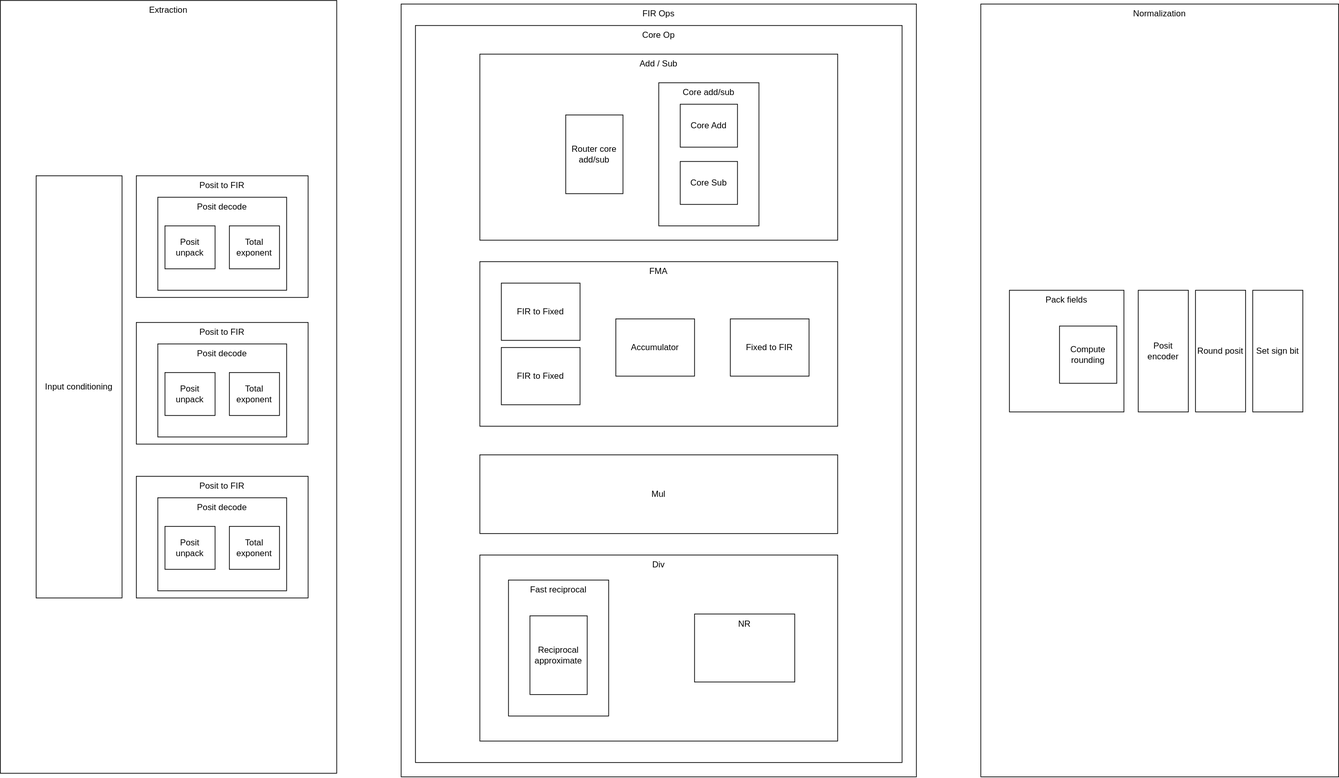
Above: ppu.svg in unipi-dii-compressedarith/ppu (draw.io), before the change. Source tidied: cells renumbered, new cells last; positions are measured from the earlier drawing's top-left corner, leaving out a move shared by most shapes.
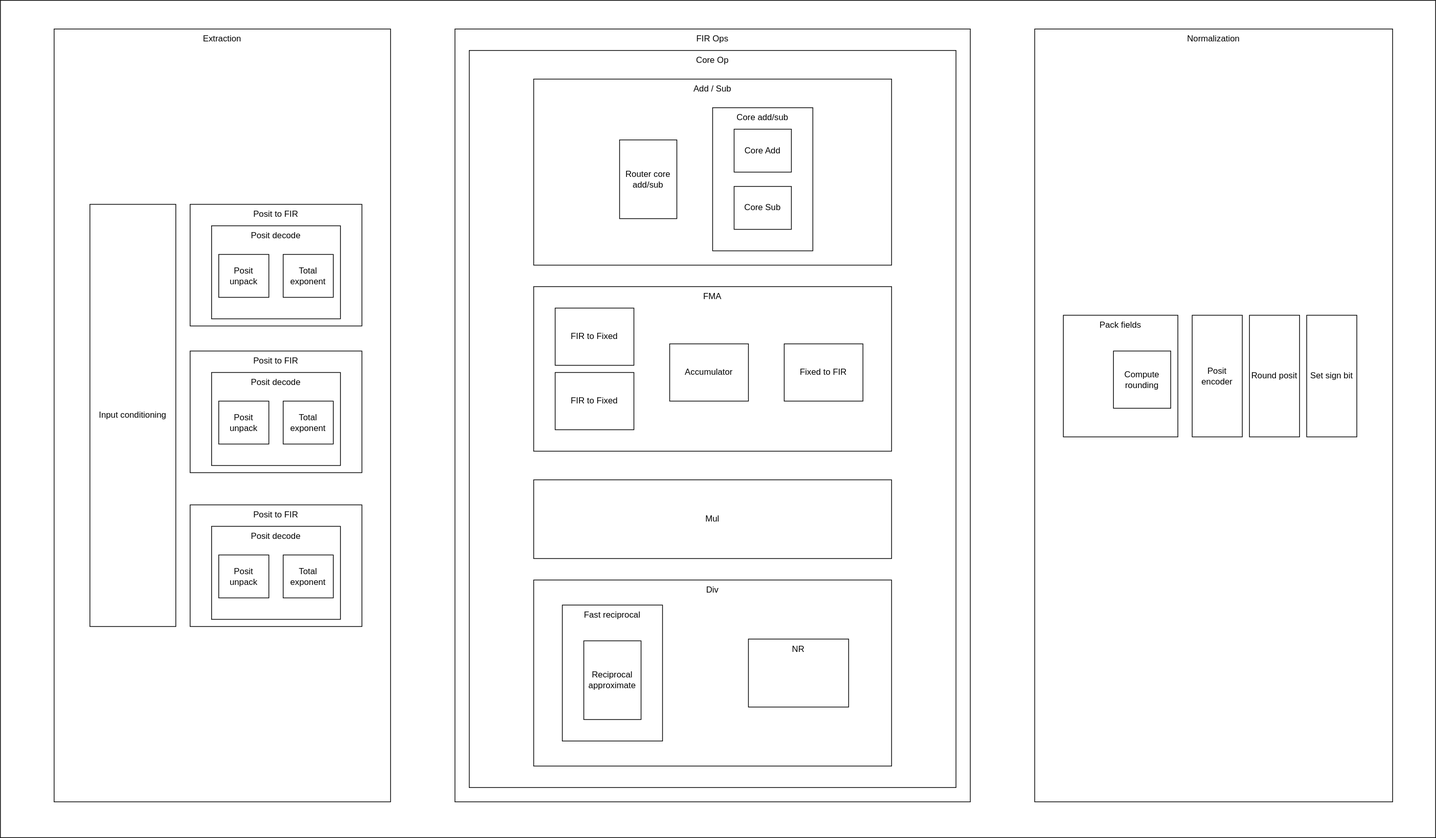
After the change.

Diff of the diagram source:
```diff
@@ -3,7 +3,7 @@
     <mxCell id="0" />
     <mxCell id="1" parent="0" />
     <mxCell id="2" value="Extraction" style="rounded=0;whiteSpace=wrap;html=1;fillColor=none;verticalAlign=top;" parent="1" vertex="1">
-      <mxGeometry width="470" height="1080" as="geometry" />
+      <mxGeometry y="5" width="470" height="1080" as="geometry" />
     </mxCell>
     <mxCell id="3" value="Div" style="rounded=0;whiteSpace=wrap;html=1;fillColor=none;verticalAlign=top;" parent="1" vertex="1">
       <mxGeometry x="670" y="775" width="500" height="260" as="geometry" />
@@ -15,43 +15,43 @@
       <mxGeometry x="1480" y="455" width="80" height="80" as="geometry" />
     </mxCell>
     <mxCell id="6" value="Input conditioning" style="rounded=0;whiteSpace=wrap;html=1;fillColor=none;verticalAlign=middle;" parent="1" vertex="1">
-      <mxGeometry x="50" y="245" width="120" height="590" as="geometry" />
+      <mxGeometry x="50" y="250" width="120" height="590" as="geometry" />
     </mxCell>
     <mxCell id="7" value="Posit unpack" style="rounded=0;whiteSpace=wrap;html=1;fillColor=none;verticalAlign=middle;" parent="1" vertex="1">
-      <mxGeometry x="230" y="315" width="70" height="60" as="geometry" />
+      <mxGeometry x="230" y="320" width="70" height="60" as="geometry" />
     </mxCell>
     <mxCell id="8" value="Posit decode" style="rounded=0;whiteSpace=wrap;html=1;fillColor=none;verticalAlign=top;" parent="1" vertex="1">
-      <mxGeometry x="220" y="275" width="180" height="130" as="geometry" />
+      <mxGeometry x="220" y="280" width="180" height="130" as="geometry" />
     </mxCell>
     <mxCell id="9" value="Total&lt;br&gt;exponent" style="rounded=0;whiteSpace=wrap;html=1;fillColor=none;verticalAlign=middle;" parent="1" vertex="1">
-      <mxGeometry x="320" y="315" width="70" height="60" as="geometry" />
+      <mxGeometry x="320" y="320" width="70" height="60" as="geometry" />
     </mxCell>
     <mxCell id="10" value="Posit to FIR" style="rounded=0;whiteSpace=wrap;html=1;fillColor=none;verticalAlign=top;" parent="1" vertex="1">
-      <mxGeometry x="190" y="245" width="240" height="170" as="geometry" />
+      <mxGeometry x="190" y="250" width="240" height="170" as="geometry" />
     </mxCell>
     <mxCell id="11" value="Posit unpack" style="rounded=0;whiteSpace=wrap;html=1;fillColor=none;verticalAlign=middle;" parent="1" vertex="1">
-      <mxGeometry x="230" y="520" width="70" height="60" as="geometry" />
+      <mxGeometry x="230" y="525" width="70" height="60" as="geometry" />
     </mxCell>
     <mxCell id="12" value="Posit decode" style="rounded=0;whiteSpace=wrap;html=1;fillColor=none;verticalAlign=top;" parent="1" vertex="1">
-      <mxGeometry x="220" y="480" width="180" height="130" as="geometry" />
+      <mxGeometry x="220" y="485" width="180" height="130" as="geometry" />
     </mxCell>
     <mxCell id="13" value="Total&lt;br&gt;exponent" style="rounded=0;whiteSpace=wrap;html=1;fillColor=none;verticalAlign=middle;" parent="1" vertex="1">
-      <mxGeometry x="320" y="520" width="70" height="60" as="geometry" />
+      <mxGeometry x="320" y="525" width="70" height="60" as="geometry" />
     </mxCell>
     <mxCell id="14" value="Posit to FIR" style="rounded=0;whiteSpace=wrap;html=1;fillColor=none;verticalAlign=top;" parent="1" vertex="1">
-      <mxGeometry x="190" y="450" width="240" height="170" as="geometry" />
+      <mxGeometry x="190" y="455" width="240" height="170" as="geometry" />
     </mxCell>
     <mxCell id="15" value="Posit unpack" style="rounded=0;whiteSpace=wrap;html=1;fillColor=none;verticalAlign=middle;" parent="1" vertex="1">
-      <mxGeometry x="230" y="735" width="70" height="60" as="geometry" />
+      <mxGeometry x="230" y="740" width="70" height="60" as="geometry" />
     </mxCell>
     <mxCell id="16" value="Posit decode" style="rounded=0;whiteSpace=wrap;html=1;fillColor=none;verticalAlign=top;" parent="1" vertex="1">
-      <mxGeometry x="220" y="695" width="180" height="130" as="geometry" />
+      <mxGeometry x="220" y="700" width="180" height="130" as="geometry" />
     </mxCell>
     <mxCell id="17" value="Total&lt;br&gt;exponent" style="rounded=0;whiteSpace=wrap;html=1;fillColor=none;verticalAlign=middle;" parent="1" vertex="1">
-      <mxGeometry x="320" y="735" width="70" height="60" as="geometry" />
+      <mxGeometry x="320" y="740" width="70" height="60" as="geometry" />
     </mxCell>
     <mxCell id="18" value="Posit to FIR" style="rounded=0;whiteSpace=wrap;html=1;fillColor=none;verticalAlign=top;" parent="1" vertex="1">
-      <mxGeometry x="190" y="665" width="240" height="170" as="geometry" />
+      <mxGeometry x="190" y="670" width="240" height="170" as="geometry" />
     </mxCell>
     <mxCell id="19" value="Mul" style="rounded=0;whiteSpace=wrap;html=1;fillColor=none;verticalAlign=middle;" parent="1" vertex="1">
       <mxGeometry x="670" y="635" width="500" height="110" as="geometry" />
@@ -113,5 +113,8 @@
     <mxCell id="38" value="Normalization" style="rounded=0;whiteSpace=wrap;html=1;fillColor=none;verticalAlign=top;" parent="1" vertex="1">
       <mxGeometry x="1370" y="5" width="500" height="1080" as="geometry" />
     </mxCell>
+    <mxCell id="39" style="rounded=0;whiteSpace=wrap;html=1;fillColor=none;" parent="1" vertex="1">
+      <mxGeometry x="-75" y="-35" width="2005" height="1170" as="geometry" />
+    </mxCell>
   </root>
 </mxGraphModel>
```
